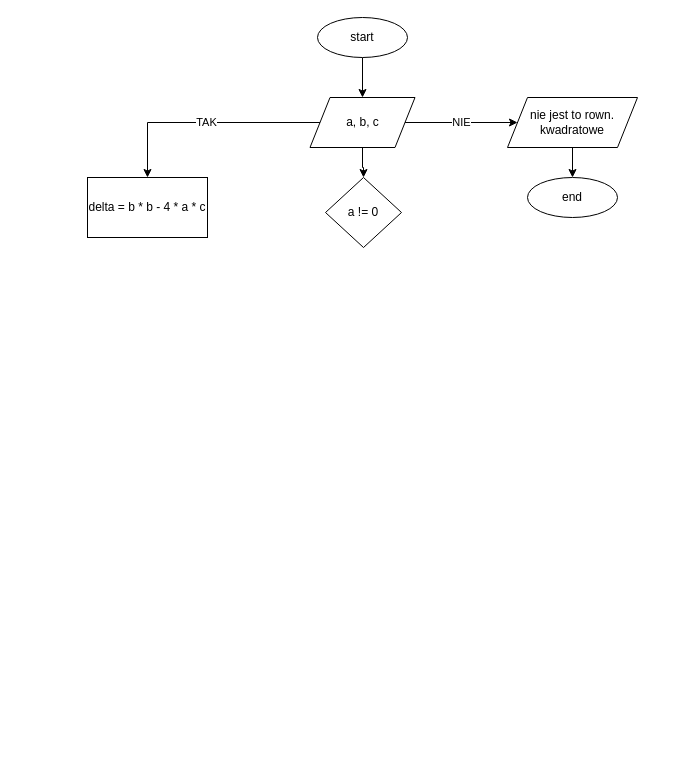
This is Diagram bez tytułu.drawio from KamilBetlej/algorytmy, a draw.io file, before an edit. Source tidied: cells renumbered, new cells numbered last; positions are measured from the earlier drawing's top-left corner, leaving out a move shared by most shapes. Both pictures are drawn from the tidied source at 100%, with x=0, y=0 at pixel (87, 17).
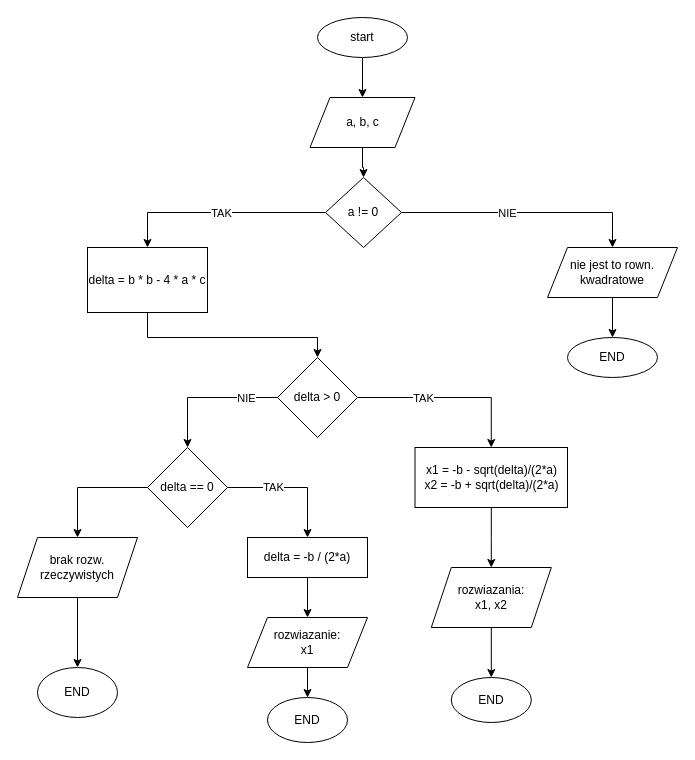
After the change.

The change refers to these unchanged cells:
```xml
<mxCell id="7" value="a, b, c" style="shape=parallelogram;perimeter=parallelogramPerimeter;whiteSpace=wrap;html=1;fixedSize=1;" parent="1" vertex="1">
  <mxGeometry x="222.5" y="80" width="105" height="50" as="geometry" />
</mxCell>
<mxCell id="8" value="a != 0" style="rhombus;whiteSpace=wrap;html=1;" parent="1" vertex="1">
  <mxGeometry x="238" y="160" width="76" height="70" as="geometry" />
</mxCell>
```

Diff of the diagram source:
```diff
@@
-    <mxCell id="4" value="NIE" style="edgeStyle=orthogonalEdgeStyle;rounded=0;jettySize=auto;html=1;" parent="1" edge="1" source="7" target="10">
-      <mxGeometry relative="1" as="geometry" />
-    </mxCell>
@@
-    <mxCell id="6" value="TAK" style="edgeStyle=orthogonalEdgeStyle;rounded=0;jettySize=auto;html=1;entryX=0.5;entryY=0;entryDx=0;entryDy=0;" parent="1" edge="1" source="7" target="12">
-      <mxGeometry relative="1" as="geometry" />
-    </mxCell>
@@
+    <mxCell id="13" style="edgeStyle=orthogonalEdgeStyle;rounded=0;jettySize=auto;html=1;entryX=0.5;entryY=0;entryDx=0;entryDy=0;" parent="1" edge="1" source="8" target="12">
+      <mxGeometry relative="1" as="geometry" />
+    </mxCell>
+    <mxCell id="14" value="TAK" style="edgeLabel;html=1;align=center;verticalAlign=middle;" parent="13" vertex="1">
+      <mxGeometry x="-0.01" relative="1" as="geometry" />
+    </mxCell>
+    <mxCell id="15" style="edgeStyle=orthogonalEdgeStyle;rounded=0;jettySize=auto;html=1;entryX=0.5;entryY=0;entryDx=0;entryDy=0;" parent="1" edge="1" source="8" target="10">
+      <mxGeometry relative="1" as="geometry" />
+    </mxCell>
+    <mxCell id="16" value="NIE" style="edgeLabel;html=1;align=center;verticalAlign=middle;" parent="15" vertex="1">
+      <mxGeometry x="0.1" y="-2" relative="1" as="geometry">
+        <mxPoint x="-30" y="-2" as="offset" />
+      </mxGeometry>
+    </mxCell>
@@
     <mxCell id="10" value="nie jest to rown. kwadratowe" style="shape=parallelogram;perimeter=parallelogramPerimeter;whiteSpace=wrap;html=1;fixedSize=1;" parent="1" vertex="1">
-      <mxGeometry x="420" y="80" width="130" height="50" as="geometry" />
+      <mxGeometry x="460" y="230" width="130" height="50" as="geometry" />
     </mxCell>
-    <mxCell id="11" value="end" style="ellipse;whiteSpace=wrap;html=1;" parent="1" vertex="1">
-      <mxGeometry x="440" y="160" width="90" height="40" as="geometry" />
+    <mxCell id="11" value="END" style="ellipse;whiteSpace=wrap;html=1;" parent="1" vertex="1">
+      <mxGeometry x="480" y="320" width="90" height="40" as="geometry" />
     </mxCell>
+    <mxCell id="17" style="edgeStyle=orthogonalEdgeStyle;rounded=0;jettySize=auto;html=1;entryX=0.5;entryY=0;entryDx=0;entryDy=0;" parent="1" edge="1" source="12" target="22">
+      <mxGeometry relative="1" as="geometry">
+        <Array as="points">
+          <mxPoint x="60" y="320" />
+          <mxPoint x="230" y="320" />
+        </Array>
+      </mxGeometry>
+    </mxCell>
     <mxCell id="12" value="delta = b * b - 4 * a * c" style="rounded=0;whiteSpace=wrap;html=1;" parent="1" vertex="1">
-      <mxGeometry y="160" width="120" height="60" as="geometry" />
+      <mxGeometry y="230" width="120" height="65" as="geometry" />
     </mxCell>
+    <mxCell id="18" style="edgeStyle=orthogonalEdgeStyle;rounded=0;jettySize=auto;html=1;exitX=0;exitY=0.5;exitDx=0;exitDy=0;entryX=0.5;entryY=0;entryDx=0;entryDy=0;" parent="1" edge="1" source="22" target="27">
+      <mxGeometry relative="1" as="geometry" />
+    </mxCell>
+    <mxCell id="19" value="NIE" style="edgeLabel;html=1;align=center;verticalAlign=middle;" parent="18" vertex="1">
+      <mxGeometry x="-0.54" relative="1" as="geometry" />
+    </mxCell>
+    <mxCell id="20" style="edgeStyle=orthogonalEdgeStyle;rounded=0;jettySize=auto;html=1;exitX=1;exitY=0.5;exitDx=0;exitDy=0;entryX=0.5;entryY=0;entryDx=0;entryDy=0;" parent="1" edge="1" source="22" target="29">
+      <mxGeometry relative="1" as="geometry" />
+    </mxCell>
+    <mxCell id="21" value="TAK" style="edgeLabel;html=1;align=center;verticalAlign=middle;" parent="20" vertex="1">
+      <mxGeometry x="-0.06" y="1" relative="1" as="geometry">
+        <mxPoint x="-21" y="1" as="offset" />
+      </mxGeometry>
+    </mxCell>
+    <mxCell id="22" value="delta &amp;gt; 0" style="rhombus;whiteSpace=wrap;html=1;" parent="1" vertex="1">
+      <mxGeometry x="190" y="340" width="80" height="80" as="geometry" />
+    </mxCell>
+    <mxCell id="23" value="&lt;br&gt;&lt;div&gt;&lt;br&gt;&lt;/div&gt;" style="text;html=1;align=center;verticalAlign=middle;strokeColor=none;fillColor=none;" parent="1" vertex="1">
+      <mxGeometry x="420" y="173" width="20" height="40" as="geometry" />
+    </mxCell>
+    <mxCell id="24" style="edgeStyle=orthogonalEdgeStyle;rounded=0;jettySize=auto;html=1;" parent="1" edge="1" source="27" target="33">
+      <mxGeometry relative="1" as="geometry" />
+    </mxCell>
+    <mxCell id="25" value="TAK" style="edgeLabel;html=1;align=center;verticalAlign=middle;" parent="24" vertex="1">
+      <mxGeometry x="-0.31" y="1" relative="1" as="geometry" />
+    </mxCell>
+    <mxCell id="26" style="edgeStyle=orthogonalEdgeStyle;rounded=0;jettySize=auto;html=1;" parent="1" edge="1" source="27" target="38">
+      <mxGeometry relative="1" as="geometry" />
+    </mxCell>
+    <mxCell id="27" value="delta == 0" style="rhombus;whiteSpace=wrap;html=1;" parent="1" vertex="1">
+      <mxGeometry x="60" y="430" width="80" height="80" as="geometry" />
+    </mxCell>
+    <mxCell id="28" style="edgeStyle=orthogonalEdgeStyle;rounded=0;jettySize=auto;html=1;" parent="1" edge="1" source="29" target="31">
+      <mxGeometry relative="1" as="geometry" />
+    </mxCell>
+    <mxCell id="29" value="x1 = -b - sqrt(delta)/(2*a)&lt;div&gt;x2 = -b + sqrt(delta)/(2*a)&lt;/div&gt;" style="rounded=0;whiteSpace=wrap;html=1;" parent="1" vertex="1">
+      <mxGeometry x="327.5" y="430" width="152.5" height="60" as="geometry" />
+    </mxCell>
+    <mxCell id="30" style="edgeStyle=orthogonalEdgeStyle;rounded=0;jettySize=auto;html=1;" parent="1" edge="1" source="31" target="40">
+      <mxGeometry relative="1" as="geometry" />
+    </mxCell>
+    <mxCell id="31" value="rozwiazania:&lt;div&gt;x1, x2&lt;/div&gt;" style="shape=parallelogram;perimeter=parallelogramPerimeter;whiteSpace=wrap;html=1;fixedSize=1;rounded=0;" parent="1" vertex="1">
+      <mxGeometry x="343.8" y="550" width="120" height="60" as="geometry" />
+    </mxCell>
+    <mxCell id="32" style="edgeStyle=orthogonalEdgeStyle;rounded=0;jettySize=auto;html=1;" parent="1" edge="1" source="33" target="35">
+      <mxGeometry relative="1" as="geometry" />
+    </mxCell>
+    <mxCell id="33" value="delta = -b / (2*a)" style="whiteSpace=wrap;html=1;" parent="1" vertex="1">
+      <mxGeometry x="160" y="520" width="120" height="40" as="geometry" />
+    </mxCell>
+    <mxCell id="34" style="edgeStyle=orthogonalEdgeStyle;rounded=0;jettySize=auto;html=1;" parent="1" edge="1" source="35" target="36">
+      <mxGeometry relative="1" as="geometry" />
+    </mxCell>
+    <mxCell id="35" value="rozwiazanie:&lt;div&gt;x1&lt;/div&gt;" style="shape=parallelogram;perimeter=parallelogramPerimeter;whiteSpace=wrap;html=1;fixedSize=1;" parent="1" vertex="1">
+      <mxGeometry x="160" y="600" width="120" height="50" as="geometry" />
+    </mxCell>
+    <mxCell id="36" value="END" style="ellipse;whiteSpace=wrap;html=1;" parent="1" vertex="1">
+      <mxGeometry x="180" y="680" width="80" height="45" as="geometry" />
+    </mxCell>
+    <mxCell id="37" style="edgeStyle=orthogonalEdgeStyle;rounded=0;jettySize=auto;html=1;" parent="1" edge="1" source="38" target="39">
+      <mxGeometry relative="1" as="geometry" />
+    </mxCell>
+    <mxCell id="38" value="brak rozw. rzeczywistych" style="shape=parallelogram;perimeter=parallelogramPerimeter;whiteSpace=wrap;html=1;fixedSize=1;" parent="1" vertex="1">
+      <mxGeometry x="-70" y="520" width="120" height="60" as="geometry" />
+    </mxCell>
+    <mxCell id="39" value="END" style="ellipse;whiteSpace=wrap;html=1;" parent="1" vertex="1">
+      <mxGeometry x="-50" y="650" width="80" height="50" as="geometry" />
+    </mxCell>
+    <mxCell id="40" value="END" style="ellipse;whiteSpace=wrap;html=1;" parent="1" vertex="1">
+      <mxGeometry x="363.8" y="660" width="80" height="45" as="geometry" />
+    </mxCell>
```
